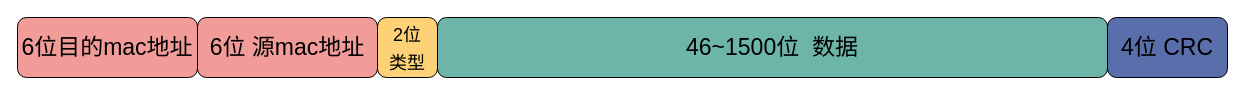
Above: network/mac报头.drawio in xiaobaiTech/image (draw.io), before the change. Source tidied: cells renumbered, new cells numbered last; positions are measured from the earlier drawing's top-left corner, leaving out a move shared by most shapes. Both pictures are drawn from the tidied source at 100%, with x=0, y=0 at pixel (17, 17).
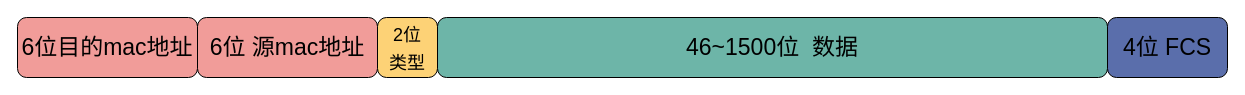
The same page after the edit.

Diff of the diagram source:
```diff
@@
 <mxGraphModel>
   <root>
     <mxCell id="0" />
     <mxCell id="1" parent="0" />
     <mxCell id="2" value="&lt;font style=&quot;font-size: 23px&quot;&gt;6位目的mac地址&lt;/font&gt;" style="rounded=1;whiteSpace=wrap;html=1;fontSize=23;fillColor=#F19C99;" parent="1" vertex="1">
       <mxGeometry width="180" height="60" as="geometry" />
     </mxCell>
     <mxCell id="3" value="&lt;font style=&quot;font-size: 23px&quot;&gt;6位 源mac地址&lt;/font&gt;" style="rounded=1;whiteSpace=wrap;html=1;fontSize=23;fillColor=#F19C99;" parent="1" vertex="1">
       <mxGeometry x="180" width="180" height="60" as="geometry" />
     </mxCell>
     <mxCell id="4" value="&lt;font style=&quot;font-size: 18px&quot;&gt;2位&lt;br&gt;类型&lt;/font&gt;" style="rounded=1;whiteSpace=wrap;html=1;fontSize=23;fillColor=#FDD276;" parent="1" vertex="1">
       <mxGeometry x="360" width="60" height="60" as="geometry" />
     </mxCell>
     <mxCell id="5" value="&lt;font style=&quot;font-size: 23px&quot;&gt;46~1500位&amp;nbsp; 数据&lt;/font&gt;" style="rounded=1;whiteSpace=wrap;html=1;fontSize=23;fillColor=#6DB5A8;" parent="1" vertex="1">
       <mxGeometry x="420" width="670" height="60" as="geometry" />
     </mxCell>
-    <mxCell id="6" value="&lt;font style=&quot;font-size: 23px&quot;&gt;4位 CRC&lt;/font&gt;" style="rounded=1;whiteSpace=wrap;html=1;fontSize=23;fillColor=#5A6EAB;" parent="1" vertex="1">
+    <mxCell id="6" value="&lt;font style=&quot;font-size: 23px&quot;&gt;4位 FCS&lt;/font&gt;" style="rounded=1;whiteSpace=wrap;html=1;fontSize=23;fillColor=#5A6EAB;" parent="1" vertex="1">
       <mxGeometry x="1090" width="120" height="60" as="geometry" />
     </mxCell>
   </root>
 </mxGraphModel>
```
